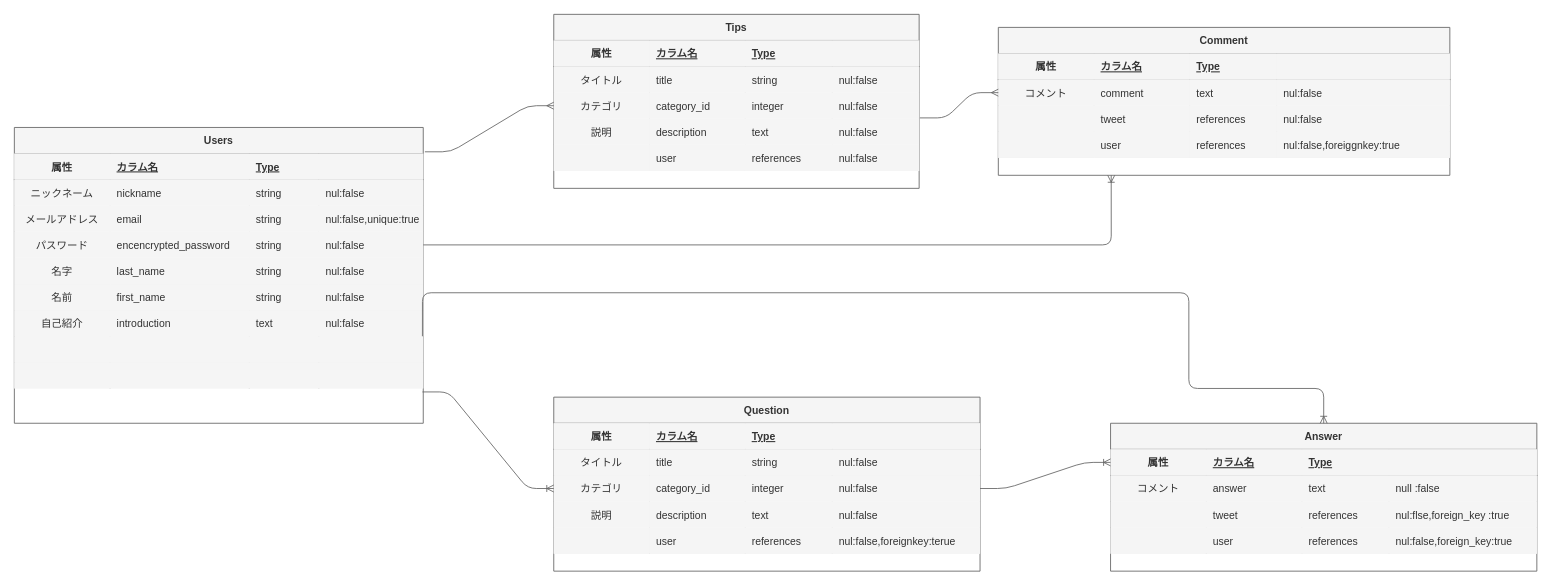
arata-t/archtips keeps this draw.io diagram as archtips.dio. Above is the earlier version. Source tidied: cells renumbered, new cells numbered last; positions are measured from the earlier drawing's top-left corner, leaving out a move shared by most shapes. Both pictures are drawn from the tidied source at 87%, with x=0, y=0 at pixel (14, 14).
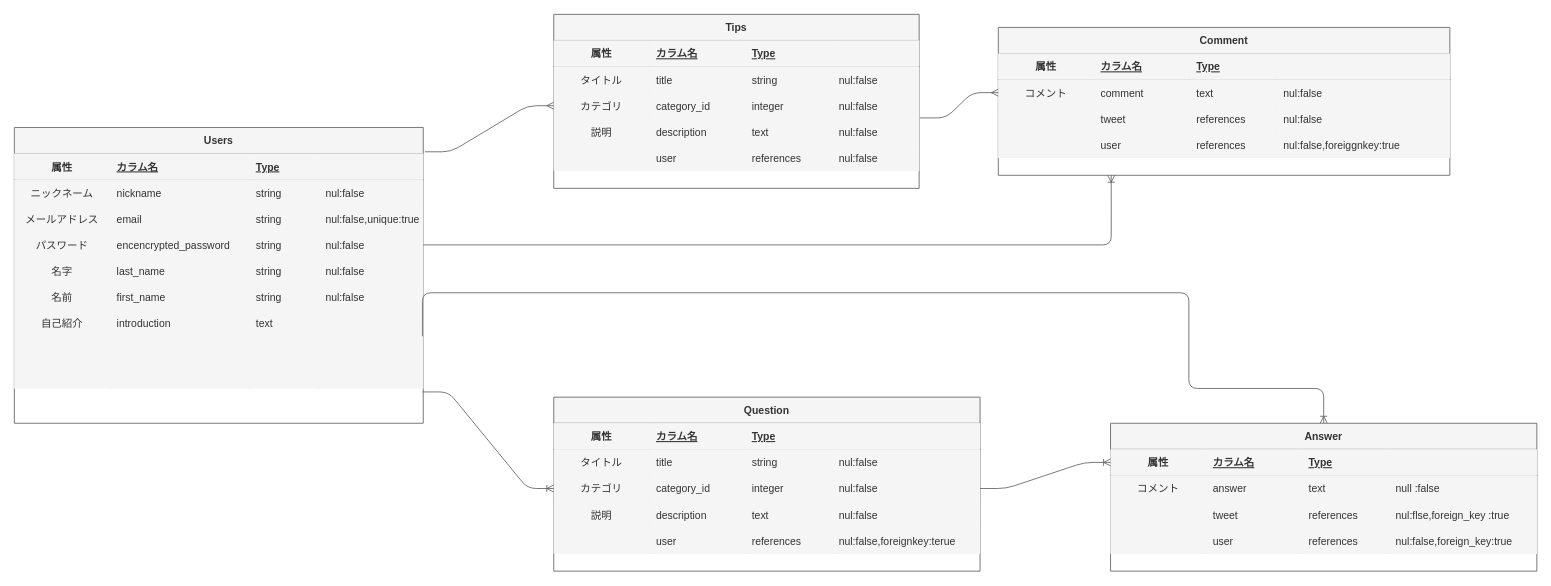
After the change.

The change refers to these unchanged cells:
```xml
<mxCell id="33" style="shape=partialRectangle;fillColor=#f5f5f5;top=0;left=0;bottom=0;right=0;strokeColor=#666666;fontColor=#333333;" parent="2" vertex="1">
  <mxGeometry y="210" width="470" height="30" as="geometry" />
</mxCell>
```

What changed in the source:
```diff
@@
-    <mxCell id="37" value="nul:false" style="shape=partialRectangle;fillColor=#f5f5f5;top=0;left=0;bottom=0;right=0;align=left;spacingLeft=6;overflow=hidden;strokeColor=#666666;fontColor=#333333;" parent="33" vertex="1">
+    <mxCell id="37" style="shape=partialRectangle;fillColor=#f5f5f5;top=0;left=0;bottom=0;right=0;align=left;spacingLeft=6;overflow=hidden;strokeColor=#666666;fontColor=#333333;" parent="33" vertex="1">
       <mxGeometry x="350" width="120" height="30" as="geometry" />
     </mxCell>
```
